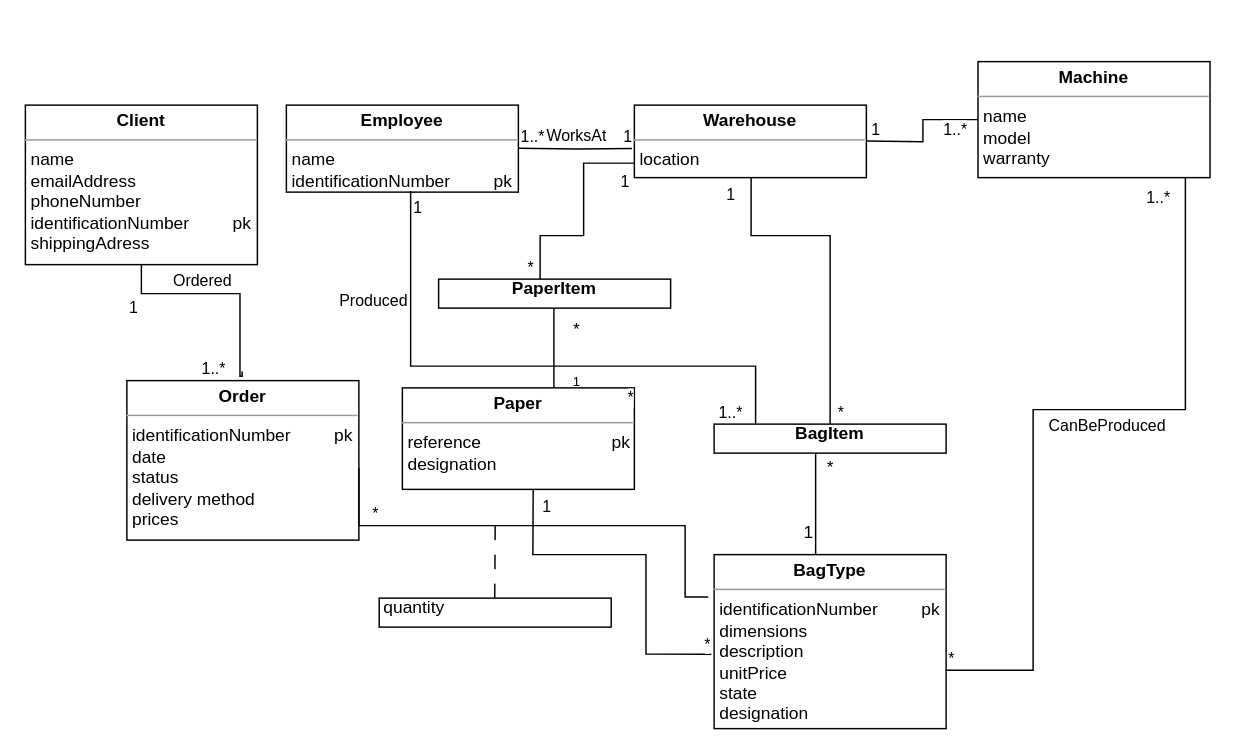
Before: factory.drawio in asilva1604/BD-PROJ-23-24, a draw.io diagram. Source tidied: cells renumbered, new cells numbered last; positions are measured from the earlier drawing's top-left corner, leaving out a move shared by most shapes. Both pictures are drawn from the tidied source at 145%, with x=0, y=0 at pixel (25, 61).
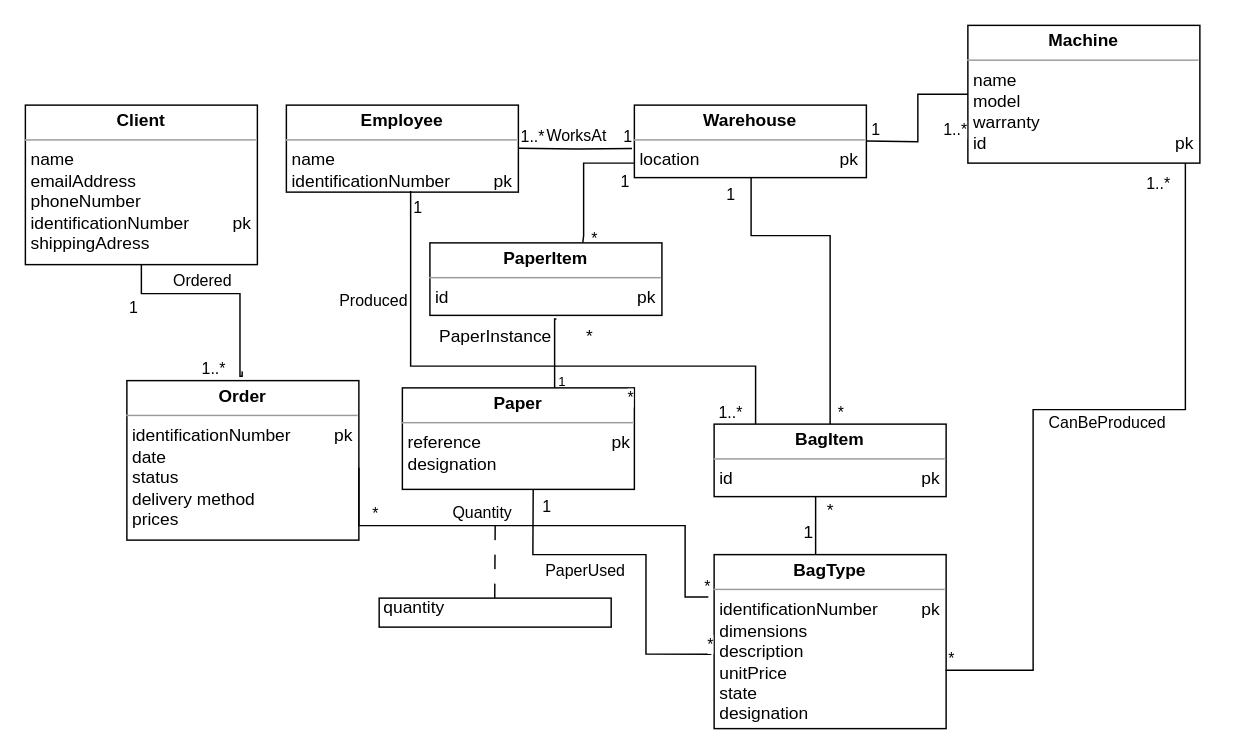
Above is the later version.

Commit message (it also covers changes not shown here):
Added Relational model

Unchanged cells that the change refers to:
```xml
<mxCell id="26" style="endArrow=none;html=1;edgeStyle=orthogonalEdgeStyle;rounded=0;exitX=1.014;exitY=0.62;exitDx=0;exitDy=0;exitPerimeter=0;entryX=-0.025;entryY=0.243;entryDx=0;entryDy=0;entryPerimeter=0;" parent="1" edge="1" target="18">
  <mxGeometry relative="1" as="geometry">
    <mxPoint x="230" y="280" as="sourcePoint" />
    <Array as="points">
      <mxPoint x="230" y="320" />
      <mxPoint x="455" y="320" />
      <mxPoint x="455" y="369" />
    </Array>
  </mxGeometry>
</mxCell>
<mxCell id="29" value="&lt;p style=&quot;margin:0px;margin-top:4px;text-align:center;&quot;&gt;&lt;b&gt;Paper&lt;/b&gt;&lt;/p&gt;&lt;hr size=&quot;1&quot;&gt;&lt;p style=&quot;margin:0px;margin-left:4px;&quot;&gt;reference&amp;nbsp;&amp;nbsp;&amp;nbsp;&amp;nbsp;&amp;nbsp;&amp;nbsp;&amp;nbsp;&amp;nbsp;&amp;nbsp;&amp;nbsp;&amp;nbsp;&amp;nbsp;&amp;nbsp;&amp;nbsp;&amp;nbsp;&amp;nbsp;&amp;nbsp;&amp;nbsp;&amp;nbsp;&amp;nbsp;&amp;nbsp;&amp;nbsp;&amp;nbsp;&amp;nbsp;&amp;nbsp;&amp;nbsp; pk&lt;/p&gt;&lt;p style=&quot;margin:0px;margin-left:4px;&quot;&gt;designation&lt;/p&gt;&lt;p style=&quot;margin:0px;margin-left:4px;&quot;&gt;&lt;br&gt;&lt;/p&gt;&lt;p style=&quot;margin:0px;margin-left:4px;&quot;&gt;&lt;br&gt;&lt;/p&gt;" style="verticalAlign=top;align=left;overflow=fill;fontSize=12;fontFamily=Helvetica;html=1;whiteSpace=wrap;" parent="1" vertex="1">
  <mxGeometry x="260" y="225" width="160" height="70" as="geometry" />
</mxCell>
<mxCell id="33" style="endArrow=none;html=1;edgeStyle=orthogonalEdgeStyle;rounded=0;entryX=-0.012;entryY=0.572;entryDx=0;entryDy=0;entryPerimeter=0;exitX=0.564;exitY=1.001;exitDx=0;exitDy=0;exitPerimeter=0;" parent="1" edge="1" source="29" target="18">
  <mxGeometry relative="1" as="geometry">
    <Array as="points">
      <mxPoint x="350" y="300" />
      <mxPoint x="350" y="300" />
      <mxPoint x="350" y="340" />
      <mxPoint x="428" y="340" />
      <mxPoint x="428" y="409" />
    </Array>
  </mxGeometry>
</mxCell>
```

What changed in the source:
```diff
@@
-    <mxCell id="13" value="&lt;p style=&quot;margin:0px;margin-top:4px;text-align:center;&quot;&gt;&lt;b&gt;Warehouse&lt;/b&gt;&lt;/p&gt;&lt;hr size=&quot;1&quot;&gt;&lt;p style=&quot;margin:0px;margin-left:4px;&quot;&gt;location&lt;/p&gt;&lt;p style=&quot;margin:0px;margin-left:4px;&quot;&gt;&lt;br&gt;&lt;/p&gt;&lt;p style=&quot;margin:0px;margin-left:4px;&quot;&gt;&lt;br&gt;&lt;/p&gt;" style="verticalAlign=top;align=left;overflow=fill;fontSize=12;fontFamily=Helvetica;html=1;whiteSpace=wrap;" parent="1" vertex="1">
+    <mxCell id="13" value="&lt;p style=&quot;margin:0px;margin-top:4px;text-align:center;&quot;&gt;&lt;b&gt;Warehouse&lt;/b&gt;&lt;/p&gt;&lt;hr size=&quot;1&quot;&gt;&lt;p style=&quot;margin:0px;margin-left:4px;&quot;&gt;location&amp;nbsp; &amp;nbsp; &amp;nbsp; &amp;nbsp; &amp;nbsp; &amp;nbsp; &amp;nbsp; &amp;nbsp; &amp;nbsp; &amp;nbsp; &amp;nbsp; &amp;nbsp; &amp;nbsp; &amp;nbsp; &amp;nbsp;pk&lt;/p&gt;&lt;p style=&quot;margin:0px;margin-left:4px;&quot;&gt;&lt;br&gt;&lt;/p&gt;&lt;p style=&quot;margin:0px;margin-left:4px;&quot;&gt;&lt;br&gt;&lt;/p&gt;" style="verticalAlign=top;align=left;overflow=fill;fontSize=12;fontFamily=Helvetica;html=1;whiteSpace=wrap;" parent="1" vertex="1">
       <mxGeometry x="420" y="30" width="160" height="50" as="geometry" />
     </mxCell>
@@
-    <mxCell id="19" value="&lt;p style=&quot;margin:0px;margin-top:4px;text-align:center;&quot;&gt;&lt;b&gt;Machine&lt;/b&gt;&lt;/p&gt;&lt;hr size=&quot;1&quot;&gt;&lt;p style=&quot;margin:0px;margin-left:4px;&quot;&gt;name&lt;/p&gt;&lt;p style=&quot;margin:0px;margin-left:4px;&quot;&gt;model&lt;/p&gt;&lt;p style=&quot;margin:0px;margin-left:4px;&quot;&gt;warranty&lt;/p&gt;&lt;p style=&quot;margin:0px;margin-left:4px;&quot;&gt;&lt;br&gt;&lt;/p&gt;" style="verticalAlign=top;align=left;overflow=fill;fontSize=12;fontFamily=Helvetica;html=1;whiteSpace=wrap;" parent="1" vertex="1">
-      <mxGeometry x="657" width="160" height="80" as="geometry" />
+    <mxCell id="19" value="&lt;p style=&quot;margin:0px;margin-top:4px;text-align:center;&quot;&gt;&lt;b&gt;Machine&lt;/b&gt;&lt;/p&gt;&lt;hr size=&quot;1&quot;&gt;&lt;p style=&quot;margin:0px;margin-left:4px;&quot;&gt;name&lt;/p&gt;&lt;p style=&quot;margin:0px;margin-left:4px;&quot;&gt;model&lt;/p&gt;&lt;p style=&quot;margin:0px;margin-left:4px;&quot;&gt;warranty&lt;/p&gt;&lt;p style=&quot;margin:0px;margin-left:4px;&quot;&gt;id&amp;nbsp; &amp;nbsp; &amp;nbsp; &amp;nbsp; &amp;nbsp; &amp;nbsp; &amp;nbsp; &amp;nbsp; &amp;nbsp; &amp;nbsp; &amp;nbsp; &amp;nbsp; &amp;nbsp; &amp;nbsp; &amp;nbsp; &amp;nbsp; &amp;nbsp; &amp;nbsp; &amp;nbsp; &amp;nbsp;pk&lt;/p&gt;" style="verticalAlign=top;align=left;overflow=fill;fontSize=12;fontFamily=Helvetica;html=1;whiteSpace=wrap;" parent="1" vertex="1">
+      <mxGeometry x="650" y="-25" width="160" height="95" as="geometry" />
     </mxCell>
@@
-    <mxCell id="23" style="endArrow=none;html=1;edgeStyle=orthogonalEdgeStyle;rounded=0;entryX=0.5;entryY=0;entryDx=0;entryDy=0;" parent="1" edge="1" target="43">
+    <mxCell id="23" style="endArrow=none;html=1;edgeStyle=orthogonalEdgeStyle;rounded=0;entryX=0.5;entryY=0;entryDx=0;entryDy=0;" parent="1" edge="1">
       <mxGeometry relative="1" as="geometry">
         <mxPoint x="500.5" y="80" as="sourcePoint" />
+        <mxPoint x="555" y="250" as="targetPoint" />
         <Array as="points">
           <mxPoint x="501" y="120" />
           <mxPoint x="555" y="120" />
         </Array>
       </mxGeometry>
     </mxCell>
@@
+    <mxCell id="51" value="Quantity" style="edgeLabel;html=1;align=center;verticalAlign=middle;" parent="26" vertex="1">
+      <mxGeometry x="-0.25" relative="1" as="geometry">
+        <mxPoint y="-10" as="offset" />
+      </mxGeometry>
+    </mxCell>
@@
-    <mxCell id="30" style="endArrow=none;html=1;edgeStyle=orthogonalEdgeStyle;rounded=0;exitX=-0.023;exitY=0.789;exitDx=0;exitDy=0;exitPerimeter=0;" parent="1" edge="1">
+    <mxCell id="30" style="endArrow=none;html=1;edgeStyle=orthogonalEdgeStyle;rounded=0;exitX=-0.023;exitY=0.789;exitDx=0;exitDy=0;exitPerimeter=0;entryX=0.659;entryY=-0.003;entryDx=0;entryDy=0;entryPerimeter=0;" parent="1" edge="1" target="54">
       <mxGeometry relative="1" as="geometry">
         <mxPoint x="420" y="70" as="sourcePoint" />
-        <mxPoint x="355" y="150" as="targetPoint" />
         <Array as="points">
           <mxPoint x="385" y="70" />
           <mxPoint x="385" y="120" />
-          <mxPoint x="355" y="120" />
+          <mxPoint x="384" y="120" />
         </Array>
       </mxGeometry>
     </mxCell>
@@
     <mxCell id="32" value="*" style="edgeLabel;html=1;align=right;verticalAlign=bottom;" parent="30" vertex="1">
       <mxGeometry x="1" relative="1" as="geometry">
-        <mxPoint x="-4" as="offset" />
+        <mxPoint x="11" y="5" as="offset" />
       </mxGeometry>
     </mxCell>
@@
     <mxCell id="35" value="*" style="edgeLabel;html=1;align=right;verticalAlign=bottom;" parent="33" vertex="1">
       <mxGeometry x="1" relative="1" as="geometry">
-        <mxPoint y="1" as="offset" />
+        <mxPoint y="-39" as="offset" />
       </mxGeometry>
     </mxCell>
+    <mxCell id="52" value="PaperUsed" style="edgeLabel;html=1;align=center;verticalAlign=middle;" parent="33" vertex="1">
+      <mxGeometry x="-0.32" y="-1" relative="1" as="geometry">
+        <mxPoint y="9" as="offset" />
+      </mxGeometry>
+    </mxCell>
@@
-    <mxCell id="43" value="&lt;b&gt;BagItem&lt;/b&gt;" style="verticalAlign=top;align=center;overflow=fill;fontSize=12;fontFamily=Helvetica;html=1;whiteSpace=wrap;" parent="1" vertex="1">
-      <mxGeometry x="475" y="250" width="160" height="20" as="geometry" />
-    </mxCell>
     <mxCell id="44" style="endArrow=none;html=1;edgeStyle=orthogonalEdgeStyle;rounded=0;" parent="1" edge="1">
       <mxGeometry relative="1" as="geometry">
-        <mxPoint x="545" y="270" as="sourcePoint" />
+        <mxPoint x="545" y="300" as="sourcePoint" />
         <mxPoint x="545" y="340" as="targetPoint" />
         <Array as="points">
           <mxPoint x="545" y="341" />
         </Array>
       </mxGeometry>
     </mxCell>
@@
     <mxCell id="46" value="*" style="text;html=1;align=center;verticalAlign=middle;strokeColor=none;fillColor=none;" parent="1" vertex="1">
-      <mxGeometry x="540" y="265" width="30" height="30" as="geometry" />
+      <mxGeometry x="540" y="295" width="30" height="30" as="geometry" />
     </mxCell>
-    <mxCell id="47" value="&lt;b&gt;PaperItem&lt;/b&gt;" style="verticalAlign=top;align=center;overflow=fill;fontSize=12;fontFamily=Helvetica;html=1;whiteSpace=wrap;" parent="1" vertex="1">
-      <mxGeometry x="285" y="150" width="160" height="20" as="geometry" />
-    </mxCell>
-    <mxCell id="48" style="endArrow=none;html=1;edgeStyle=orthogonalEdgeStyle;rounded=0;" parent="1" edge="1" target="29">
+    <mxCell id="48" style="endArrow=none;html=1;edgeStyle=orthogonalEdgeStyle;rounded=0;exitX=0.545;exitY=1.049;exitDx=0;exitDy=0;exitPerimeter=0;" parent="1" edge="1" source="54" target="29">
       <mxGeometry relative="1" as="geometry">
-        <mxPoint x="364.5" y="170" as="sourcePoint" />
         <Array as="points">
-          <mxPoint x="365" y="198" />
-          <mxPoint x="365" y="198" />
+          <mxPoint x="365" y="177" />
         </Array>
       </mxGeometry>
     </mxCell>
     <mxCell id="49" value="&lt;font style=&quot;font-size: 9px;&quot;&gt;1&lt;/font&gt;" style="text;html=1;align=center;verticalAlign=middle;strokeColor=none;fillColor=none;" parent="1" vertex="1">
-      <mxGeometry x="365" y="205" width="30" height="30" as="geometry" />
+      <mxGeometry x="355" y="205" width="30" height="30" as="geometry" />
     </mxCell>
     <mxCell id="50" value="*" style="text;html=1;align=center;verticalAlign=middle;strokeColor=none;fillColor=none;" parent="1" vertex="1">
-      <mxGeometry x="365" y="170" width="30" height="30" as="geometry" />
+      <mxGeometry x="374" y="175" width="30" height="30" as="geometry" />
     </mxCell>
+    <mxCell id="53" value="*" style="edgeLabel;html=1;align=right;verticalAlign=bottom;" parent="1" vertex="1">
+      <mxGeometry x="475" y="410" as="geometry" />
+    </mxCell>
+    <mxCell id="54" value="&lt;p style=&quot;margin:0px;margin-top:4px;text-align:center;&quot;&gt;&lt;b&gt;PaperItem&lt;/b&gt;&lt;/p&gt;&lt;hr size=&quot;1&quot;&gt;&lt;p style=&quot;margin:0px;margin-left:4px;&quot;&gt;id&amp;nbsp; &amp;nbsp; &amp;nbsp; &amp;nbsp; &amp;nbsp; &amp;nbsp; &amp;nbsp; &amp;nbsp; &amp;nbsp; &amp;nbsp; &amp;nbsp; &amp;nbsp; &amp;nbsp; &amp;nbsp; &amp;nbsp; &amp;nbsp; &amp;nbsp; &amp;nbsp; &amp;nbsp; &amp;nbsp;pk&lt;/p&gt;&lt;p style=&quot;margin:0px;margin-left:4px;&quot;&gt;&lt;br&gt;&lt;/p&gt;&lt;p style=&quot;margin:0px;margin-left:4px;&quot;&gt;&lt;br&gt;&lt;/p&gt;" style="verticalAlign=top;align=left;overflow=fill;fontSize=12;fontFamily=Helvetica;html=1;whiteSpace=wrap;" parent="1" vertex="1">
+      <mxGeometry x="279" y="125" width="160" height="50" as="geometry" />
+    </mxCell>
+    <mxCell id="55" value="PaperInstance" style="text;html=1;align=center;verticalAlign=middle;strokeColor=none;fillColor=none;" parent="1" vertex="1">
+      <mxGeometry x="274" y="175" width="100" height="30" as="geometry" />
+    </mxCell>
+    <mxCell id="56" value="&lt;p style=&quot;margin:0px;margin-top:4px;text-align:center;&quot;&gt;&lt;b&gt;BagItem&lt;/b&gt;&lt;/p&gt;&lt;hr size=&quot;1&quot;&gt;&lt;p style=&quot;margin:0px;margin-left:4px;&quot;&gt;id&amp;nbsp; &amp;nbsp; &amp;nbsp; &amp;nbsp; &amp;nbsp; &amp;nbsp; &amp;nbsp; &amp;nbsp; &amp;nbsp; &amp;nbsp; &amp;nbsp; &amp;nbsp; &amp;nbsp; &amp;nbsp; &amp;nbsp; &amp;nbsp; &amp;nbsp; &amp;nbsp; &amp;nbsp; &amp;nbsp;pk&lt;/p&gt;&lt;p style=&quot;margin:0px;margin-left:4px;&quot;&gt;&lt;br&gt;&lt;/p&gt;&lt;p style=&quot;margin:0px;margin-left:4px;&quot;&gt;&lt;br&gt;&lt;/p&gt;" style="verticalAlign=top;align=left;overflow=fill;fontSize=12;fontFamily=Helvetica;html=1;whiteSpace=wrap;" parent="1" vertex="1">
+      <mxGeometry x="475" y="250" width="160" height="50" as="geometry" />
+    </mxCell>
```
